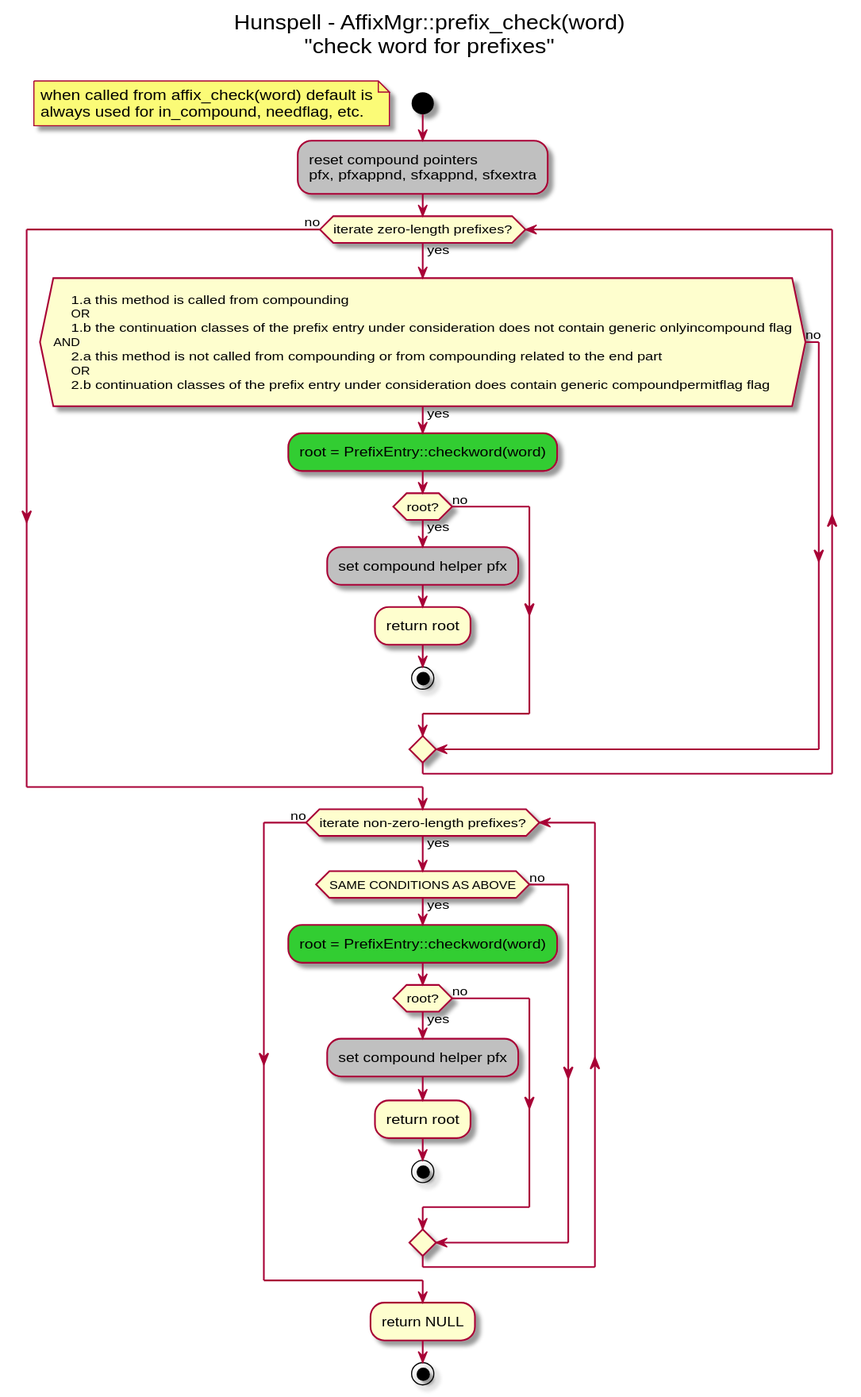
This is uml/activity-diagrams/prefix-check-activity-diagram.svg from nuspell/misc-nuspell, a PlantUML export, as it was before one commit.
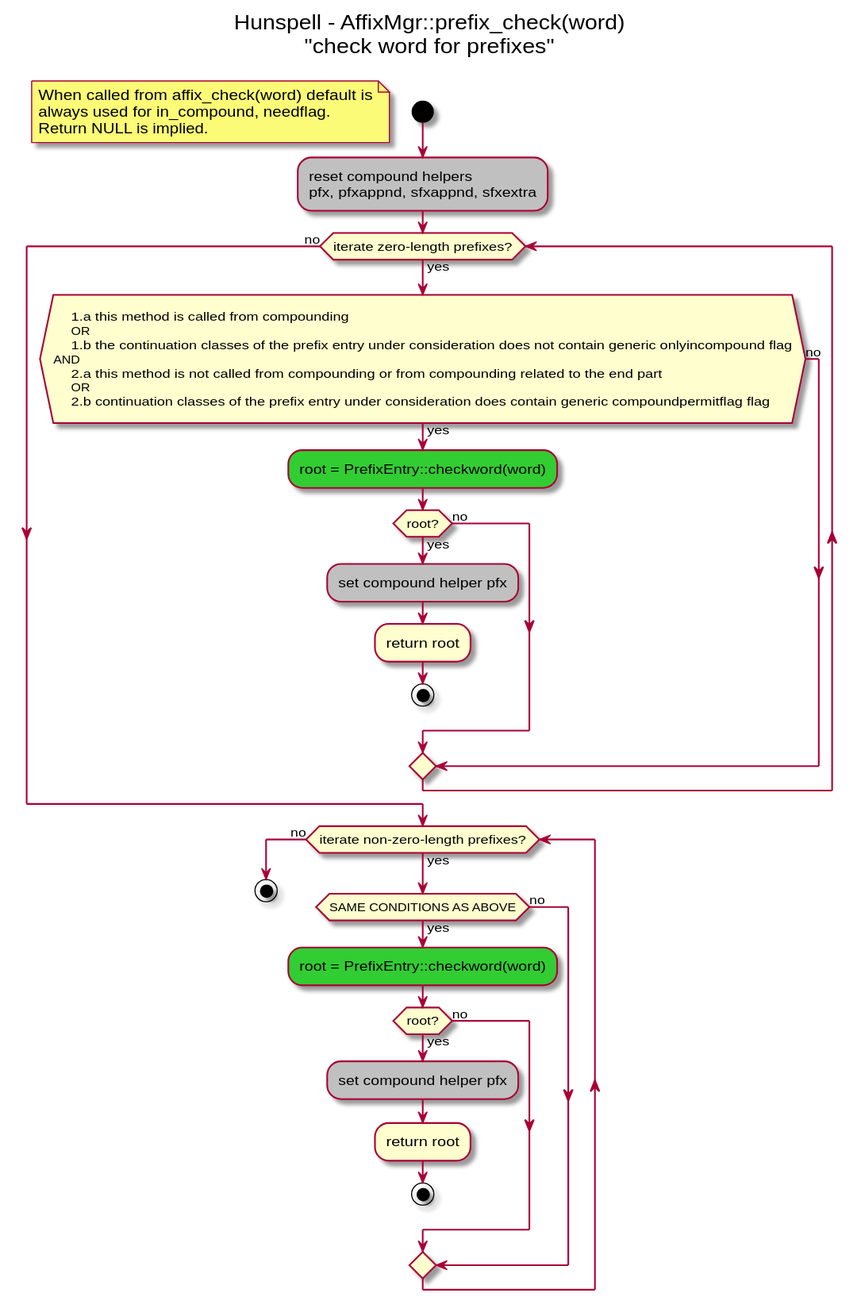
After the change.

Commit message:
documentation of check_affix methods

The edit, as a diff of the source:
```diff
@@ -4,9 +4,9 @@
 title Hunspell - AffixMgr::prefix_check(word)\n"check word for prefixes"\n
 
 start
-floating note: when called from affix_check(word) default is\nalways used for in_compound, needflag, etc.
+floating note: When called from affix_check(word) default is\nalways used for in_compound, needflag.\nReturn NULL is implied.
 
-#silver:reset compound pointers\npfx, pfxappnd, sfxappnd, sfxextra;
+#silver:reset compound helpers\npfx, pfxappnd, sfxappnd, sfxextra;
 while (iterate zero-length prefixes?) is (yes)
 	if (
     1.a this method is called from compounding
@@ -41,7 +41,6 @@
 	endif
 endwhile (no)
 
-:return NULL;
 stop
 
 @enduml
```
